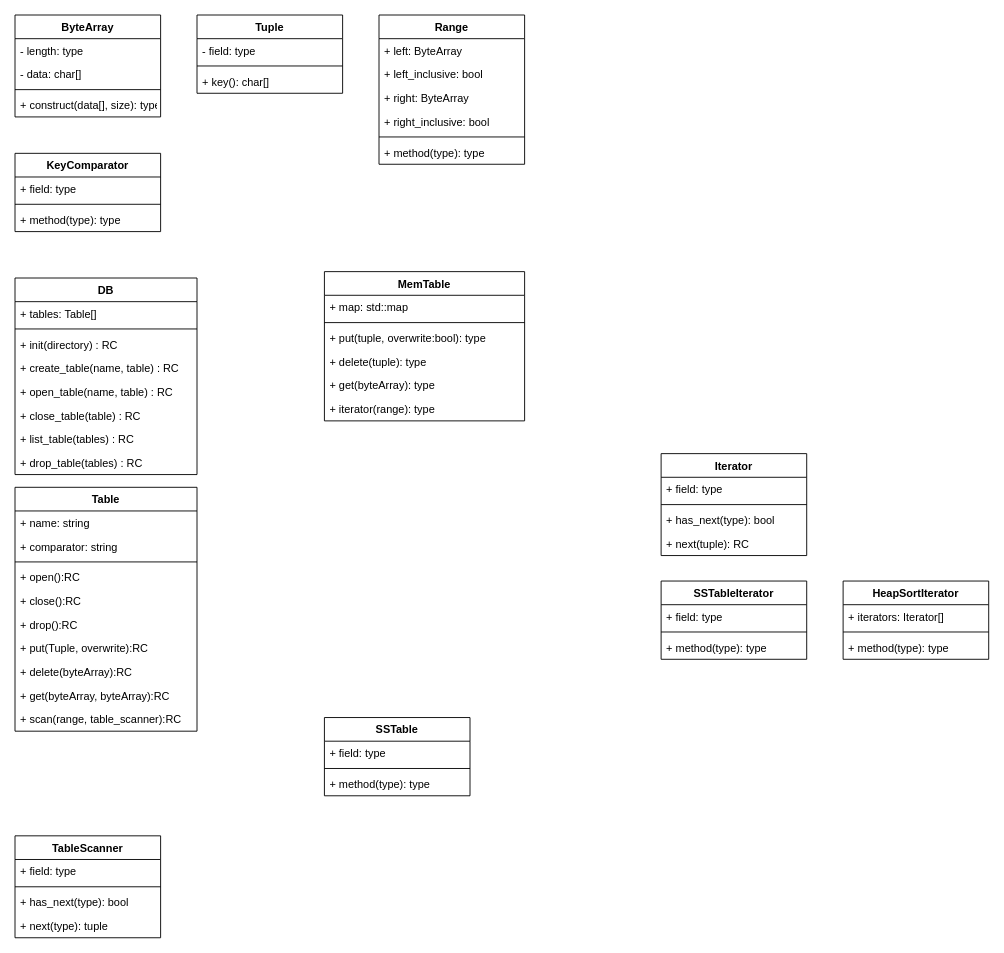
Above: Untitled Diagram.drawio in hnwyllmm/notes (draw.io), before the change. Source tidied: cells renumbered, new cells numbered last; positions are measured from the earlier drawing's top-left corner, leaving out a move shared by most shapes. Both pictures are drawn from the tidied source at 91%, with x=0, y=0 at pixel (15, 15).
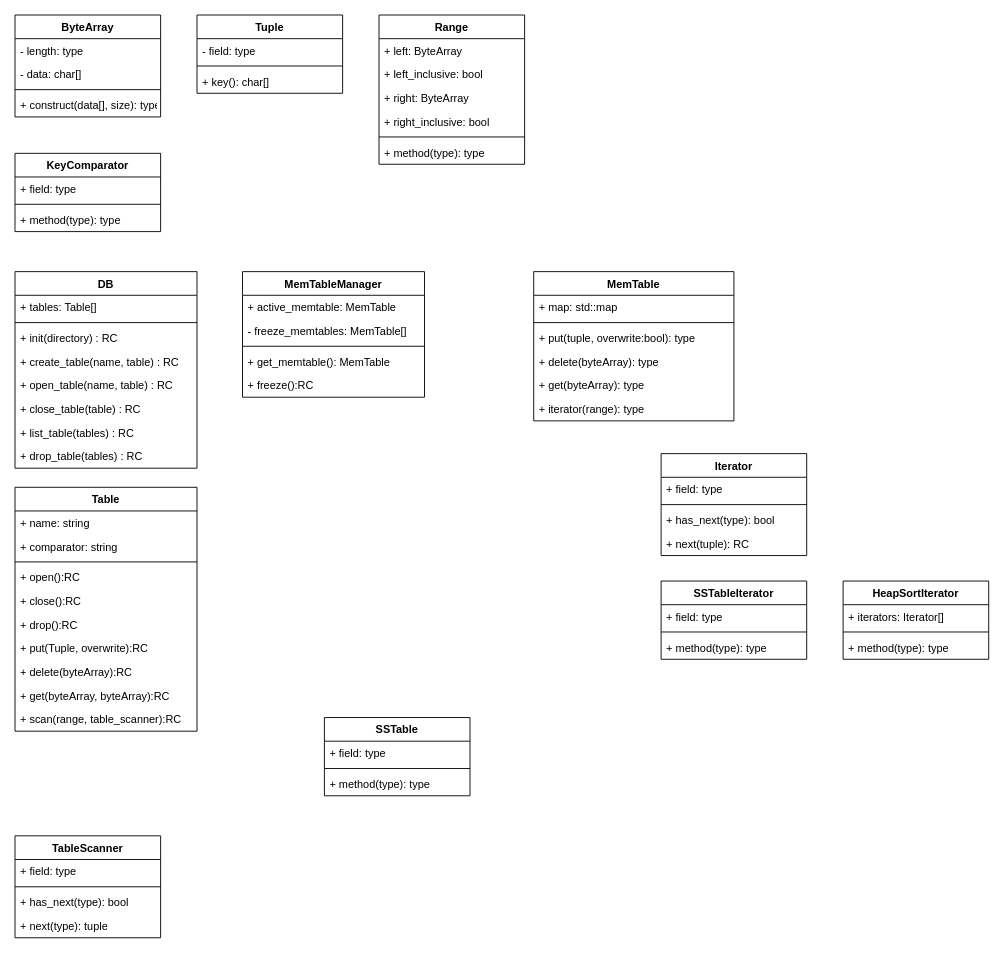
The same diagram, later.

What changed in the source:
```diff
@@
     <mxCell id="2" value="DB" style="swimlane;fontStyle=1;align=center;verticalAlign=top;horizontal=1;startSize=26;" parent="1" vertex="1">
-      <mxGeometry y="289" width="200" height="216" as="geometry" />
+      <mxGeometry y="282" width="200" height="216" as="geometry" />
     </mxCell>
@@
     <mxCell id="56" value="MemTable" style="swimlane;fontStyle=1;align=center;verticalAlign=top;horizontal=1;startSize=26;" parent="1" vertex="1">
-      <mxGeometry x="340" y="282" width="220" height="164" as="geometry" />
+      <mxGeometry x="570" y="282" width="220" height="164" as="geometry" />
     </mxCell>
@@
-    <mxCell id="60" value="+ delete(tuple): type" style="text;strokeColor=none;fillColor=none;align=left;verticalAlign=top;spacingLeft=4;spacingRight=4;overflow=hidden;" parent="56" vertex="1">
+    <mxCell id="60" value="+ delete(byteArray): type" style="text;strokeColor=none;fillColor=none;align=left;verticalAlign=top;spacingLeft=4;spacingRight=4;overflow=hidden;" parent="56" vertex="1">
       <mxGeometry y="86" width="220" height="26" as="geometry" />
     </mxCell>
@@
+    <mxCell id="71" value="MemTableManager" style="swimlane;fontStyle=1;align=center;verticalAlign=top;horizontal=1;startSize=26;" parent="1" vertex="1">
+      <mxGeometry x="250" y="282" width="200" height="138" as="geometry" />
+    </mxCell>
+    <mxCell id="72" value="+ active_memtable: MemTable" style="text;strokeColor=none;fillColor=none;align=left;verticalAlign=top;spacingLeft=4;spacingRight=4;overflow=hidden;" parent="71" vertex="1">
+      <mxGeometry y="26" width="200" height="26" as="geometry" />
+    </mxCell>
+    <mxCell id="73" value="- freeze_memtables: MemTable[]" style="text;strokeColor=none;fillColor=none;align=left;verticalAlign=top;spacingLeft=4;spacingRight=4;overflow=hidden;" parent="71" vertex="1">
+      <mxGeometry y="52" width="200" height="26" as="geometry" />
+    </mxCell>
+    <mxCell id="74" style="line;strokeWidth=1;fillColor=none;align=left;verticalAlign=middle;spacingTop=-1;spacingLeft=3;spacingRight=3;labelPosition=right;" parent="71" vertex="1">
+      <mxGeometry y="78" width="200" height="8" as="geometry" />
+    </mxCell>
+    <mxCell id="75" value="+ get_memtable(): MemTable" style="text;strokeColor=none;fillColor=none;align=left;verticalAlign=top;spacingLeft=4;spacingRight=4;overflow=hidden;" parent="71" vertex="1">
+      <mxGeometry y="86" width="200" height="26" as="geometry" />
+    </mxCell>
+    <mxCell id="76" value="+ freeze():RC" style="text;strokeColor=none;fillColor=none;align=left;verticalAlign=top;spacingLeft=4;spacingRight=4;overflow=hidden;" parent="71" vertex="1">
+      <mxGeometry y="112" width="200" height="26" as="geometry" />
+    </mxCell>
```
